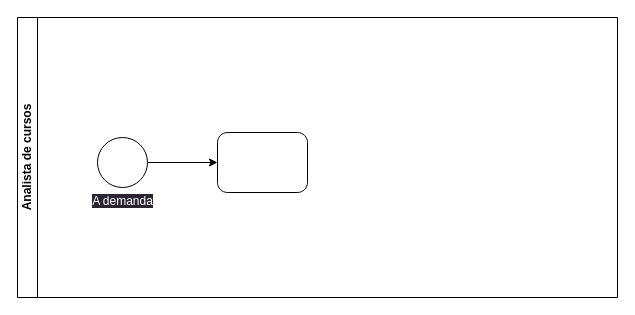
This is SCM-AC-AS-SIS.drawio from untalbry/bpmn-elarning, a draw.io file, before an edit. Source tidied: cells renumbered, new cells numbered last; positions are measured from the earlier drawing's top-left corner, leaving out a move shared by most shapes. Both pictures are drawn from the tidied source at 100%, with x=0, y=0 at pixel (17, 17).
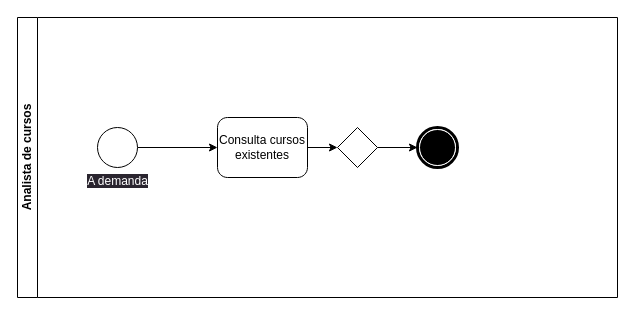
The same diagram, later.

Commit message:
teaching to gus

What changed in the source:
```diff
@@
 <mxGraphModel>
   <root>
     <mxCell id="0" />
     <mxCell id="1" parent="0" />
     <mxCell id="2" value="Analista de cursos&lt;br&gt;" style="swimlane;startSize=20;horizontal=0;html=1;whiteSpace=wrap;" parent="1" vertex="1">
       <mxGeometry width="600" height="280" as="geometry" />
     </mxCell>
     <mxCell id="3" style="edgeStyle=none;html=1;" parent="2" edge="1" source="4" target="5">
       <mxGeometry relative="1" as="geometry" />
     </mxCell>
     <mxCell id="4" value="&lt;font color=&quot;#ffffff&quot; style=&quot;background-color: rgb(42, 37, 47);&quot;&gt;A demanda&lt;/font&gt;" style="points=[[0.145,0.145,0],[0.5,0,0],[0.855,0.145,0],[1,0.5,0],[0.855,0.855,0],[0.5,1,0],[0.145,0.855,0],[0,0.5,0]];shape=mxgraph.bpmn.event;html=1;verticalLabelPosition=bottom;labelBackgroundColor=#ffffff;verticalAlign=top;align=center;perimeter=ellipsePerimeter;outlineConnect=0;outline=standard;symbol=general;" parent="2" vertex="1">
-      <mxGeometry x="80" y="120" width="50" height="50" as="geometry" />
+      <mxGeometry x="80" y="110" width="40" height="40" as="geometry" />
     </mxCell>
+    <mxCell id="6" style="edgeStyle=none;html=1;" parent="2" edge="1" source="5" target="9">
+      <mxGeometry relative="1" as="geometry" />
+    </mxCell>
-    <mxCell id="5" style="points=[[0.25,0,0],[0.5,0,0],[0.75,0,0],[1,0.25,0],[1,0.5,0],[1,0.75,0],[0.75,1,0],[0.5,1,0],[0.25,1,0],[0,0.75,0],[0,0.5,0],[0,0.25,0]];shape=mxgraph.bpmn.task;whiteSpace=wrap;rectStyle=rounded;size=10;html=1;taskMarker=abstract;" parent="2" vertex="1">
-      <mxGeometry x="200" y="115" width="90" height="60" as="geometry" />
+    <mxCell id="5" value="Consulta cursos existentes" style="points=[[0.25,0,0],[0.5,0,0],[0.75,0,0],[1,0.25,0],[1,0.5,0],[1,0.75,0],[0.75,1,0],[0.5,1,0],[0.25,1,0],[0,0.75,0],[0,0.5,0],[0,0.25,0]];shape=mxgraph.bpmn.task;whiteSpace=wrap;rectStyle=rounded;size=10;html=1;taskMarker=abstract;" parent="2" vertex="1">
+      <mxGeometry x="200" y="100" width="90" height="60" as="geometry" />
     </mxCell>
+    <mxCell id="7" style="points=[[0.145,0.145,0],[0.5,0,0],[0.855,0.145,0],[1,0.5,0],[0.855,0.855,0],[0.5,1,0],[0.145,0.855,0],[0,0.5,0]];shape=mxgraph.bpmn.event;html=1;verticalLabelPosition=bottom;labelBackgroundColor=#ffffff;verticalAlign=top;align=center;perimeter=ellipsePerimeter;outlineConnect=0;outline=end;symbol=terminate;" parent="2" vertex="1">
+      <mxGeometry x="400" y="110" width="40" height="40" as="geometry" />
+    </mxCell>
+    <mxCell id="8" style="edgeStyle=none;html=1;" parent="2" edge="1" source="9" target="7">
+      <mxGeometry relative="1" as="geometry" />
+    </mxCell>
+    <mxCell id="9" style="points=[[0.25,0.25,0],[0.5,0,0],[0.75,0.25,0],[1,0.5,0],[0.75,0.75,0],[0.5,1,0],[0.25,0.75,0],[0,0.5,0]];shape=mxgraph.bpmn.gateway2;html=1;verticalLabelPosition=bottom;labelBackgroundColor=#ffffff;verticalAlign=top;align=center;perimeter=rhombusPerimeter;outlineConnect=0;outline=none;symbol=none;" parent="2" vertex="1">
+      <mxGeometry x="320" y="110" width="40" height="40" as="geometry" />
+    </mxCell>
   </root>
 </mxGraphModel>
```
